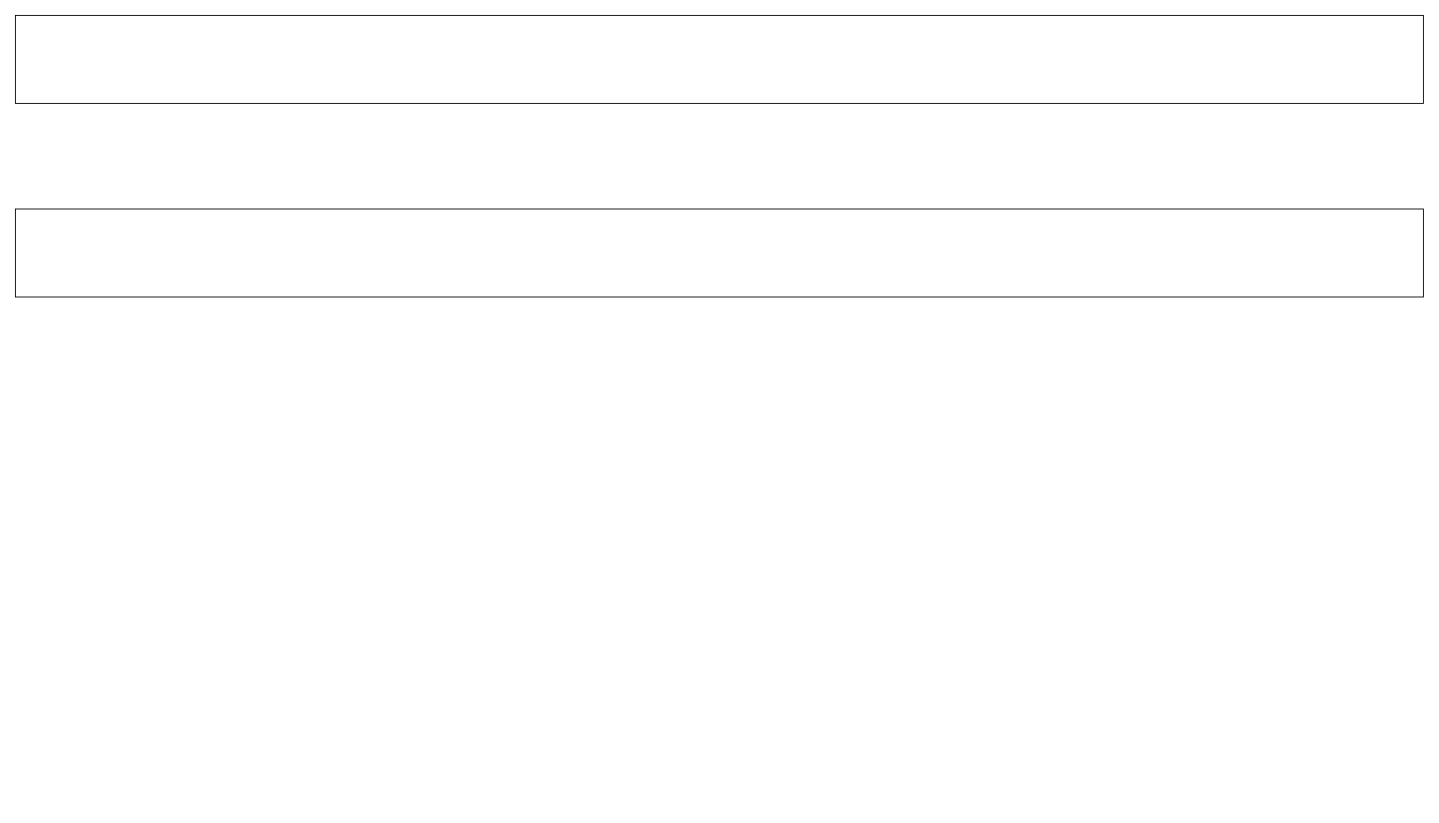
This is Untitled Diagram.drawio from michaelbruns1/diagrams, a draw.io file, before an edit. Source tidied: cells renumbered, new cells numbered last; positions are measured from the earlier drawing's top-left corner, leaving out a move shared by most shapes. Both pictures are drawn from the tidied source at 88%, with x=0, y=0 at pixel (15, 15).
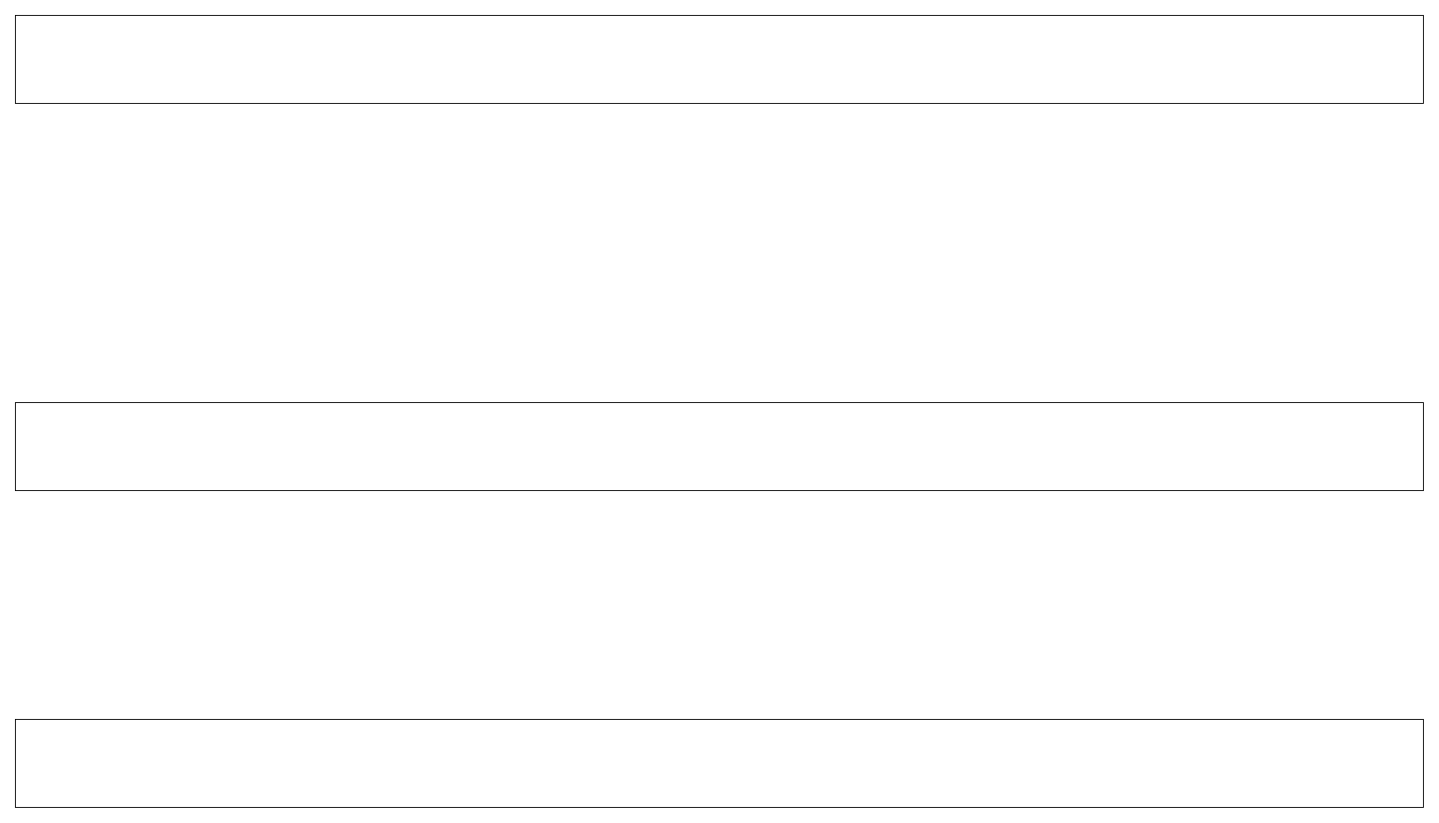
The same diagram, later.

What changed in the source:
```diff
@@
 <mxGraphModel background="#ffffff">
   <root>
     <mxCell id="0" />
     <mxCell id="1" parent="0" />
     <mxCell id="2" value="&lt;span style=&quot;white-space: pre;&quot;&gt; &lt;/span&gt;" style="rounded=0;whiteSpace=wrap;html=1;spacingLeft=0;spacingBottom=0;" parent="1" vertex="1">
       <mxGeometry width="1600" height="100" as="geometry" />
     </mxCell>
     <mxCell id="3" value="&lt;span style=&quot;white-space: pre;&quot;&gt; &lt;/span&gt;" style="rounded=0;whiteSpace=wrap;html=1;spacingLeft=0;spacingBottom=0;" parent="1" vertex="1">
-      <mxGeometry y="220" width="1600" height="100" as="geometry" />
+      <mxGeometry y="800" width="1600" height="100" as="geometry" />
     </mxCell>
+    <mxCell id="4" value="&lt;span style=&quot;white-space: pre;&quot;&gt; &lt;/span&gt;" style="rounded=0;whiteSpace=wrap;html=1;spacingLeft=0;spacingBottom=0;" parent="1" vertex="1">
+      <mxGeometry y="440" width="1600" height="100" as="geometry" />
+    </mxCell>
   </root>
 </mxGraphModel>
```
